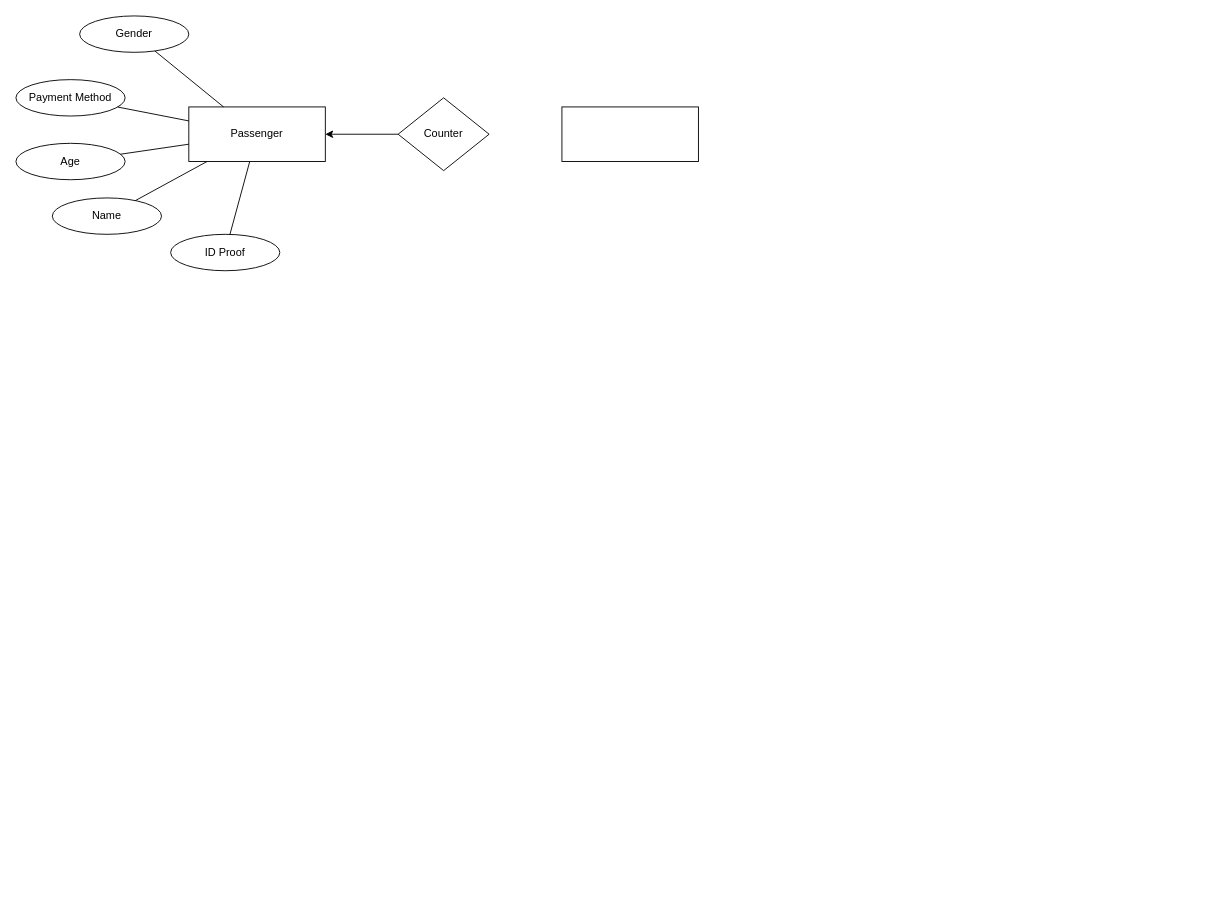
The draw.io diagram Draw.io/ticketreservationssystem.drawio in Vishwanath61/21CS210-DBMS-LAB, before the edit. Source tidied: cells renumbered, new cells numbered last; positions are measured from the earlier drawing's top-left corner, leaving out a move shared by most shapes. Both pictures are drawn from the tidied source at 91%, with x=0, y=0 at pixel (15, 15).
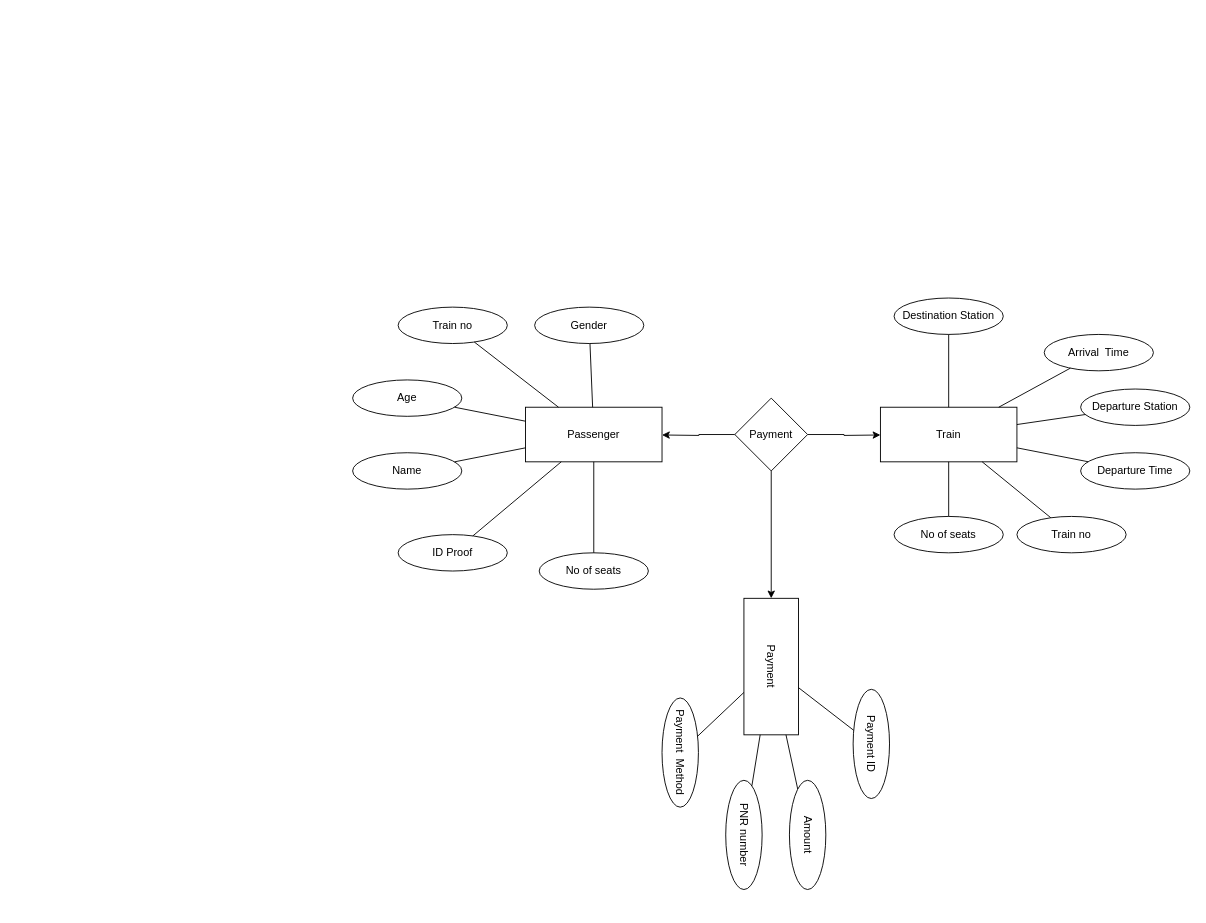
Above is the later version.

The edit, as a diff of the source:
```diff
@@
-    <mxCell id="2" style="edgeStyle=orthogonalEdgeStyle;rounded=0;jettySize=auto;html=1;entryX=1;entryY=0.5;entryDx=0;entryDy=0;" parent="1" edge="1" source="3" target="5">
-      <mxGeometry relative="1" as="geometry" />
-    </mxCell>
-    <mxCell id="3" value="Counter" style="rhombus;whiteSpace=wrap;html=1;" parent="1" vertex="1">
-      <mxGeometry x="420" y="90" width="100" height="80" as="geometry" />
-    </mxCell>
-    <mxCell id="4" style="rounded=0;whiteSpace=wrap;html=1;" parent="1" vertex="1">
-      <mxGeometry x="600" y="100" width="150" height="60" as="geometry" />
-    </mxCell>
+    <mxCell id="16" style="group;" parent="1" vertex="1">
+      <mxGeometry x="370" y="310" width="920" height="669.5" as="geometry" />
+    </mxCell>
+    <mxCell id="17" style="group;" parent="16" vertex="1">
+      <mxGeometry y="10" width="340" height="310" as="geometry" />
+    </mxCell>
+    <mxCell id="8" value="Age" style="ellipse;whiteSpace=wrap;html=1;" parent="17" vertex="1">
+      <mxGeometry y="80" width="120" height="40" as="geometry" />
+    </mxCell>
+    <mxCell id="9" value="Name" style="ellipse;whiteSpace=wrap;html=1;" parent="17" vertex="1">
+      <mxGeometry y="160" width="120" height="40" as="geometry" />
+    </mxCell>
+    <mxCell id="18" style="group;" parent="17" vertex="1">
+      <mxGeometry x="50" width="290" height="310" as="geometry" />
+    </mxCell>
-    <mxCell id="5" value="Passenger" style="rounded=0;whiteSpace=wrap;html=1;" parent="1" vertex="1">
-      <mxGeometry x="190" y="100" width="150" height="60" as="geometry" />
+    <mxCell id="5" value="Passenger" style="rounded=0;whiteSpace=wrap;html=1;" parent="18" vertex="1">
+      <mxGeometry x="140" y="110" width="150" height="60" as="geometry" />
     </mxCell>
-    <mxCell id="6" value="Gender" style="ellipse;whiteSpace=wrap;html=1;" parent="1" vertex="1">
-      <mxGeometry x="70" width="120" height="40" as="geometry" />
+    <mxCell id="6" value="Gender" style="ellipse;whiteSpace=wrap;html=1;" parent="18" vertex="1">
+      <mxGeometry x="150" width="120" height="40" as="geometry" />
     </mxCell>
-    <mxCell id="7" value="Payment Method" style="ellipse;whiteSpace=wrap;html=1;" parent="1" vertex="1">
-      <mxGeometry y="70" width="120" height="40" as="geometry" />
+    <mxCell id="7" value="Train no" style="ellipse;whiteSpace=wrap;html=1;" parent="18" vertex="1">
+      <mxGeometry width="120" height="40" as="geometry" />
     </mxCell>
-    <mxCell id="8" value="Age" style="ellipse;whiteSpace=wrap;html=1;" parent="1" vertex="1">
-      <mxGeometry y="140" width="120" height="40" as="geometry" />
-    </mxCell>
-    <mxCell id="9" value="Name" style="ellipse;whiteSpace=wrap;html=1;" parent="1" vertex="1">
-      <mxGeometry x="40" y="200" width="120" height="40" as="geometry" />
-    </mxCell>
-    <mxCell id="10" value="ID Proof" style="ellipse;whiteSpace=wrap;html=1;" parent="1" vertex="1">
-      <mxGeometry x="170" y="240" width="120" height="40" as="geometry" />
+    <mxCell id="10" value="ID Proof" style="ellipse;whiteSpace=wrap;html=1;" parent="18" vertex="1">
+      <mxGeometry y="250" width="120" height="40" as="geometry" />
     </mxCell>
-    <mxCell id="11" style="endArrow=none;html=1;rounded=0;" parent="1" edge="1" source="5" target="6">
+    <mxCell id="11" style="endArrow=none;html=1;rounded=0;" parent="18" edge="1" source="5" target="6">
       <mxGeometry relative="1" as="geometry" />
     </mxCell>
-    <mxCell id="12" style="endArrow=none;html=1;rounded=0;" parent="1" edge="1" source="5" target="7">
+    <mxCell id="12" style="endArrow=none;html=1;rounded=0;" parent="18" edge="1" source="5" target="7">
       <mxGeometry relative="1" as="geometry" />
     </mxCell>
+    <mxCell id="14" style="endArrow=none;html=1;rounded=0;" parent="18" edge="1" source="10" target="5">
+      <mxGeometry relative="1" as="geometry" />
+    </mxCell>
+    <mxCell id="19" value="No of seats" style="ellipse;whiteSpace=wrap;html=1;" parent="18" vertex="1">
+      <mxGeometry x="155" y="270" width="120" height="40" as="geometry" />
+    </mxCell>
+    <mxCell id="20" style="endArrow=none;html=1;rounded=0;" parent="18" edge="1" source="19" target="5">
+      <mxGeometry relative="1" as="geometry" />
+    </mxCell>
+    <mxCell id="15" style="endArrow=none;html=1;rounded=0;" parent="17" edge="1" source="8" target="5">
+      <mxGeometry relative="1" as="geometry" />
+    </mxCell>
-    <mxCell id="13" style="endArrow=none;html=1;rounded=0;" parent="1" edge="1" source="9" target="5">
+    <mxCell id="13" style="endArrow=none;html=1;rounded=0;" parent="17" edge="1" source="9" target="5">
       <mxGeometry relative="1" as="geometry" />
     </mxCell>
-    <mxCell id="14" style="endArrow=none;html=1;rounded=0;" parent="1" edge="1" source="10" target="5">
-      <mxGeometry relative="1" as="geometry" />
-    </mxCell>
-    <mxCell id="15" style="endArrow=none;html=1;rounded=0;" parent="1" edge="1" source="8" target="5">
-      <mxGeometry relative="1" as="geometry" />
-    </mxCell>
+    <mxCell id="21" style="group;" parent="16" vertex="1">
+      <mxGeometry x="580" width="340" height="280" as="geometry" />
+    </mxCell>
+    <mxCell id="22" value="No of seats" style="ellipse;whiteSpace=wrap;html=1;" parent="21" vertex="1">
+      <mxGeometry x="15" y="240" width="120" height="40" as="geometry" />
+    </mxCell>
+    <mxCell id="23" value="Train" style="rounded=0;whiteSpace=wrap;html=1;" parent="21" vertex="1">
+      <mxGeometry y="120" width="150" height="60" as="geometry" />
+    </mxCell>
+    <mxCell id="24" style="endArrow=none;html=1;rounded=0;" parent="21" edge="1" source="22" target="23">
+      <mxGeometry relative="1" as="geometry" />
+    </mxCell>
+    <mxCell id="25" value="Train no" style="ellipse;whiteSpace=wrap;html=1;" parent="21" vertex="1">
+      <mxGeometry x="150" y="240" width="120" height="40" as="geometry" />
+    </mxCell>
+    <mxCell id="26" value="Departure Time" style="ellipse;whiteSpace=wrap;html=1;" parent="21" vertex="1">
+      <mxGeometry x="220" y="170" width="120" height="40" as="geometry" />
+    </mxCell>
+    <mxCell id="27" value="Departure Station" style="ellipse;whiteSpace=wrap;html=1;" parent="21" vertex="1">
+      <mxGeometry x="220" y="100" width="120" height="40" as="geometry" />
+    </mxCell>
+    <mxCell id="28" value="Arrival&amp;nbsp; Time" style="ellipse;whiteSpace=wrap;html=1;" parent="21" vertex="1">
+      <mxGeometry x="180" y="40" width="120" height="40" as="geometry" />
+    </mxCell>
+    <mxCell id="29" value="Destination Station" style="ellipse;whiteSpace=wrap;html=1;" parent="21" vertex="1">
+      <mxGeometry x="15" width="120" height="40" as="geometry" />
+    </mxCell>
+    <mxCell id="30" style="endArrow=none;html=1;rounded=0;" parent="21" edge="1" source="23" target="25">
+      <mxGeometry relative="1" as="geometry" />
+    </mxCell>
+    <mxCell id="31" style="endArrow=none;html=1;rounded=0;" parent="21" edge="1" source="23" target="26">
+      <mxGeometry relative="1" as="geometry" />
+    </mxCell>
+    <mxCell id="32" style="endArrow=none;html=1;rounded=0;" parent="21" edge="1" source="28" target="23">
+      <mxGeometry relative="1" as="geometry" />
+    </mxCell>
+    <mxCell id="33" style="endArrow=none;html=1;rounded=0;" parent="21" edge="1" source="29" target="23">
+      <mxGeometry relative="1" as="geometry" />
+    </mxCell>
+    <mxCell id="34" style="endArrow=none;html=1;rounded=0;" parent="21" edge="1" source="27" target="23">
+      <mxGeometry relative="1" as="geometry" />
+    </mxCell>
+    <mxCell id="35" style="edgeStyle=orthogonalEdgeStyle;rounded=0;jettySize=auto;html=1;exitX=1;exitY=0.5;exitDx=0;exitDy=0;" parent="16" edge="1" source="37">
+      <mxGeometry relative="1" as="geometry">
+        <mxPoint x="580" y="150.5" as="targetPoint" />
+      </mxGeometry>
+    </mxCell>
+    <mxCell id="36" style="edgeStyle=orthogonalEdgeStyle;rounded=0;jettySize=auto;html=1;exitX=0;exitY=0.5;exitDx=0;exitDy=0;" parent="16" edge="1" source="37">
+      <mxGeometry relative="1" as="geometry">
+        <mxPoint x="340" y="150.5" as="targetPoint" />
+      </mxGeometry>
+    </mxCell>
+    <mxCell id="37" value="Payment" style="rhombus;whiteSpace=wrap;html=1;" parent="16" vertex="1">
+      <mxGeometry x="420" y="110" width="80" height="80" as="geometry" />
+    </mxCell>
+    <mxCell id="38" style="group;rotation=90;" parent="16" vertex="1">
+      <mxGeometry x="300" y="360" width="340" height="279" as="geometry" />
+    </mxCell>
+    <mxCell id="4" value="Payment" style="rounded=0;whiteSpace=wrap;html=1;rotation=90;" parent="38" vertex="1">
+      <mxGeometry x="85" y="15" width="150" height="60" as="geometry" />
+    </mxCell>
+    <mxCell id="39" value="Amount" style="ellipse;whiteSpace=wrap;html=1;rotation=90;" parent="38" vertex="1">
+      <mxGeometry x="140" y="210" width="120" height="40" as="geometry" />
+    </mxCell>
+    <mxCell id="40" value="Payment ID" style="ellipse;whiteSpace=wrap;html=1;rotation=90;" parent="38" vertex="1">
+      <mxGeometry x="210" y="110" width="120" height="40" as="geometry" />
+    </mxCell>
+    <mxCell id="41" value="PNR number" style="ellipse;whiteSpace=wrap;html=1;rotation=90;" parent="38" vertex="1">
+      <mxGeometry x="70" y="210" width="120" height="40" as="geometry" />
+    </mxCell>
+    <mxCell id="42" value="Payment&amp;nbsp; Method" style="ellipse;whiteSpace=wrap;html=1;rotation=90;" parent="38" vertex="1">
+      <mxGeometry y="119.5" width="120" height="40" as="geometry" />
+    </mxCell>
+    <mxCell id="43" style="endArrow=none;html=1;rounded=0;" parent="38" edge="1" source="4" target="42">
+      <mxGeometry relative="1" as="geometry" />
+    </mxCell>
+    <mxCell id="44" style="endArrow=none;html=1;rounded=0;" parent="38" edge="1" source="4" target="41">
+      <mxGeometry relative="1" as="geometry" />
+    </mxCell>
+    <mxCell id="45" style="endArrow=none;html=1;rounded=0;" parent="38" edge="1" source="4" target="39">
+      <mxGeometry relative="1" as="geometry" />
+    </mxCell>
+    <mxCell id="46" style="endArrow=none;html=1;rounded=0;" parent="38" edge="1" source="4" target="40">
+      <mxGeometry relative="1" as="geometry" />
+    </mxCell>
+    <mxCell id="47" style="edgeStyle=orthogonalEdgeStyle;rounded=0;jettySize=auto;html=1;exitX=0.5;exitY=1;exitDx=0;exitDy=0;entryX=0;entryY=0.5;entryDx=0;entryDy=0;" parent="16" edge="1" source="37" target="4">
+      <mxGeometry relative="1" as="geometry" />
+    </mxCell>
```
